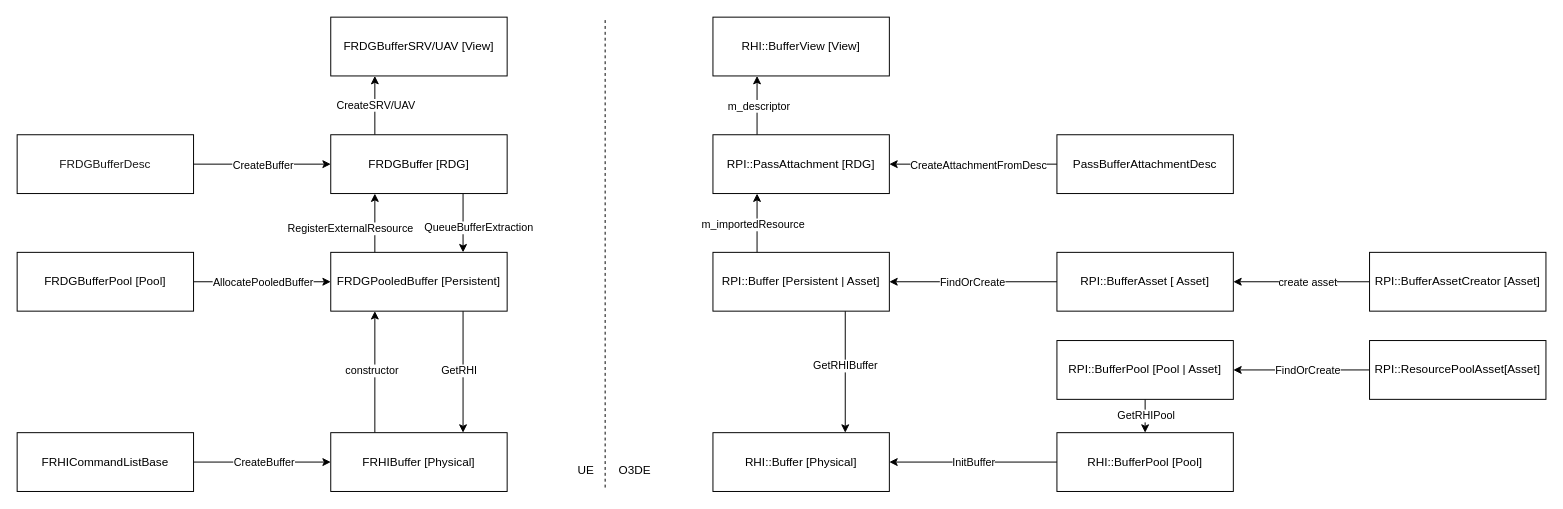
Earlier version of the draw.io diagram Buffer-UE v.s. O3DE.drawio (ychen9712/draw.io.container). Source tidied: cells renumbered, new cells numbered last; positions are measured from the earlier drawing's top-left corner, leaving out a move shared by most shapes. Both pictures are drawn from the tidied source at 98%, with x=0, y=0 at pixel (17, 17).
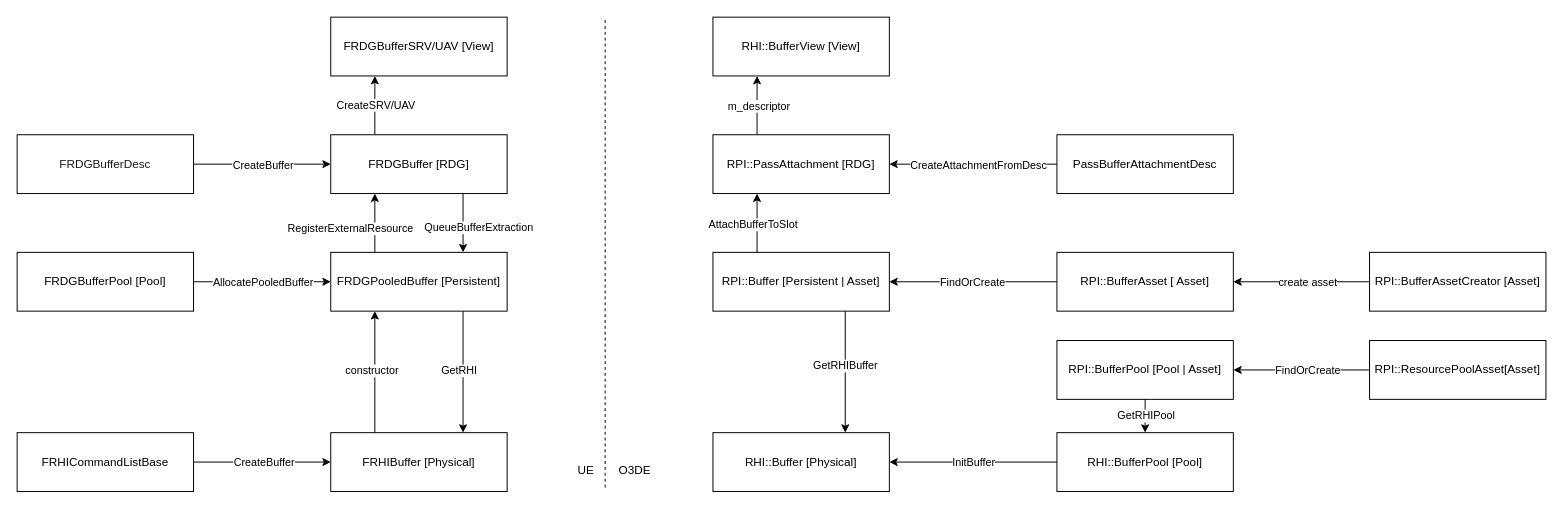
The same diagram, later.

Unchanged cells that the change refers to:
```xml
<mxCell id="21" style="edgeStyle=orthogonalEdgeStyle;jettySize=auto;html=1;exitX=0.25;exitY=0;exitDx=0;exitDy=0;entryX=0.25;entryY=1;entryDx=0;entryDy=0;" parent="1" edge="1" source="23" target="17">
  <mxGeometry relative="1" as="geometry" />
</mxCell>
```

The edit, as a diff of the source:
```diff
@@
-    <mxCell id="22" value="m_importedResource" style="edgeLabel;html=1;align=center;verticalAlign=middle;" parent="21" vertex="1">
+    <mxCell id="22" value="AttachBufferToSlot" style="edgeLabel;html=1;align=center;verticalAlign=middle;" parent="21" vertex="1">
       <mxGeometry x="-0.02" relative="1" as="geometry">
         <mxPoint x="-5" as="offset" />
       </mxGeometry>
     </mxCell>
```
